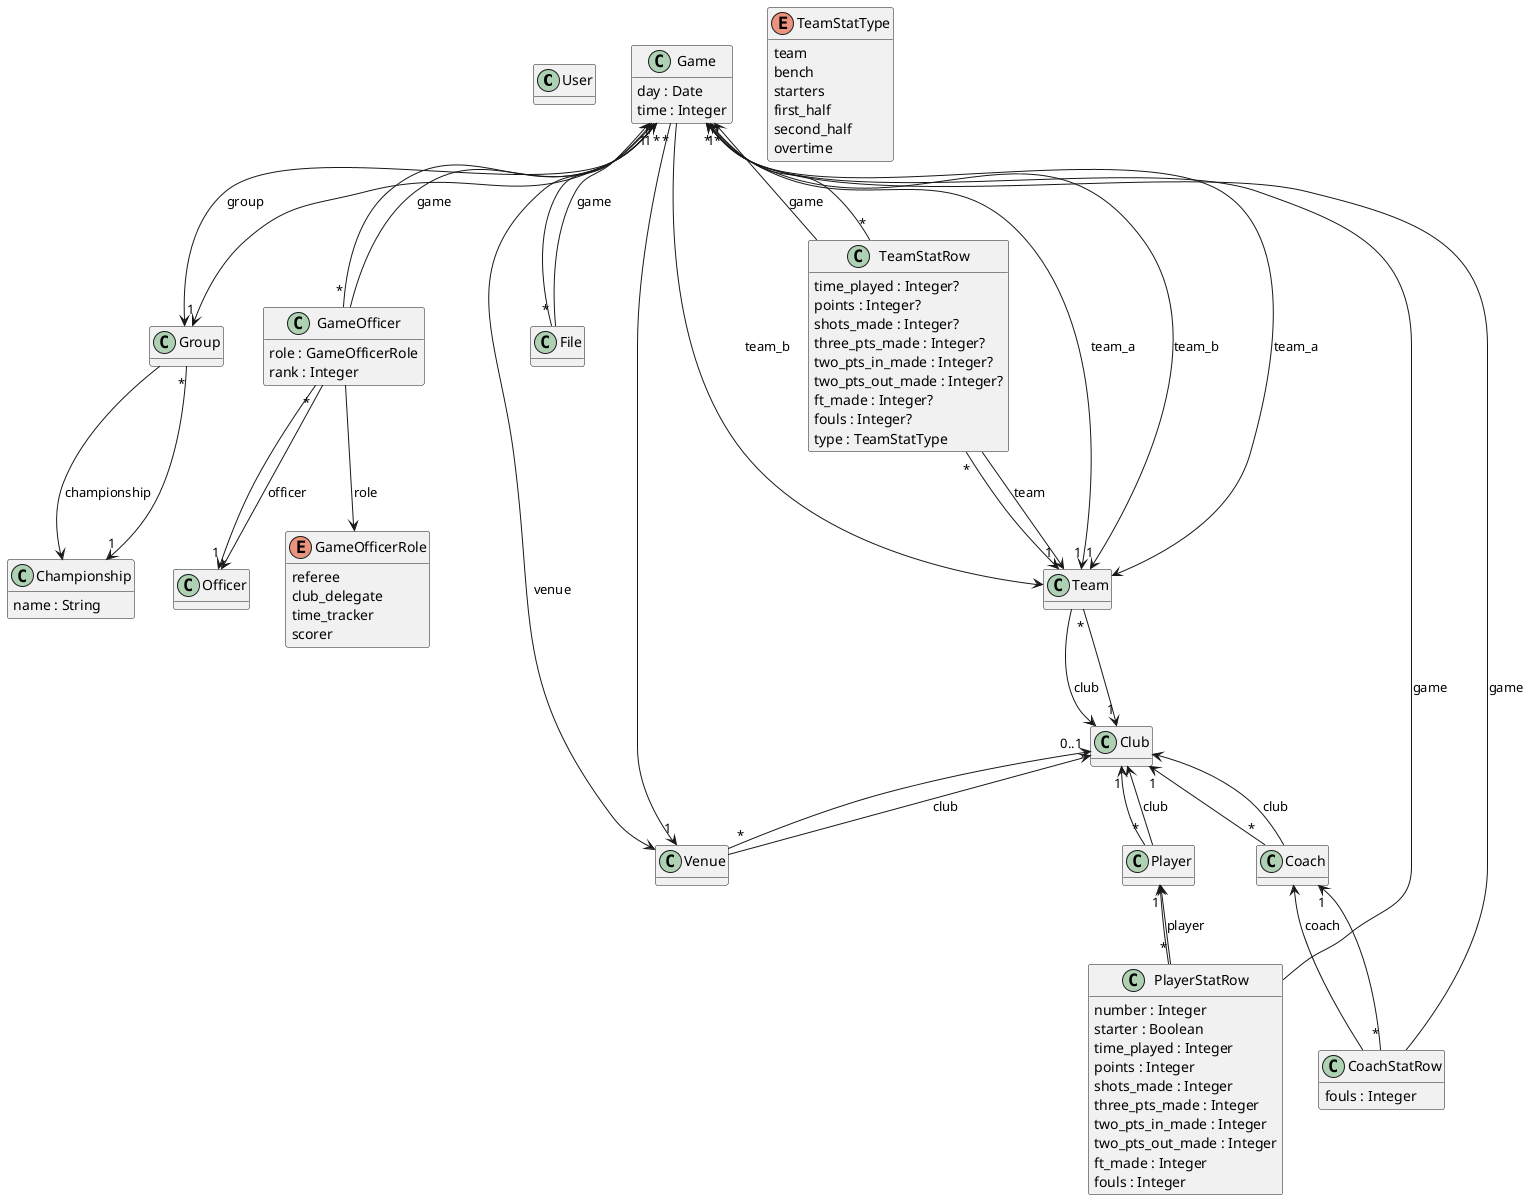
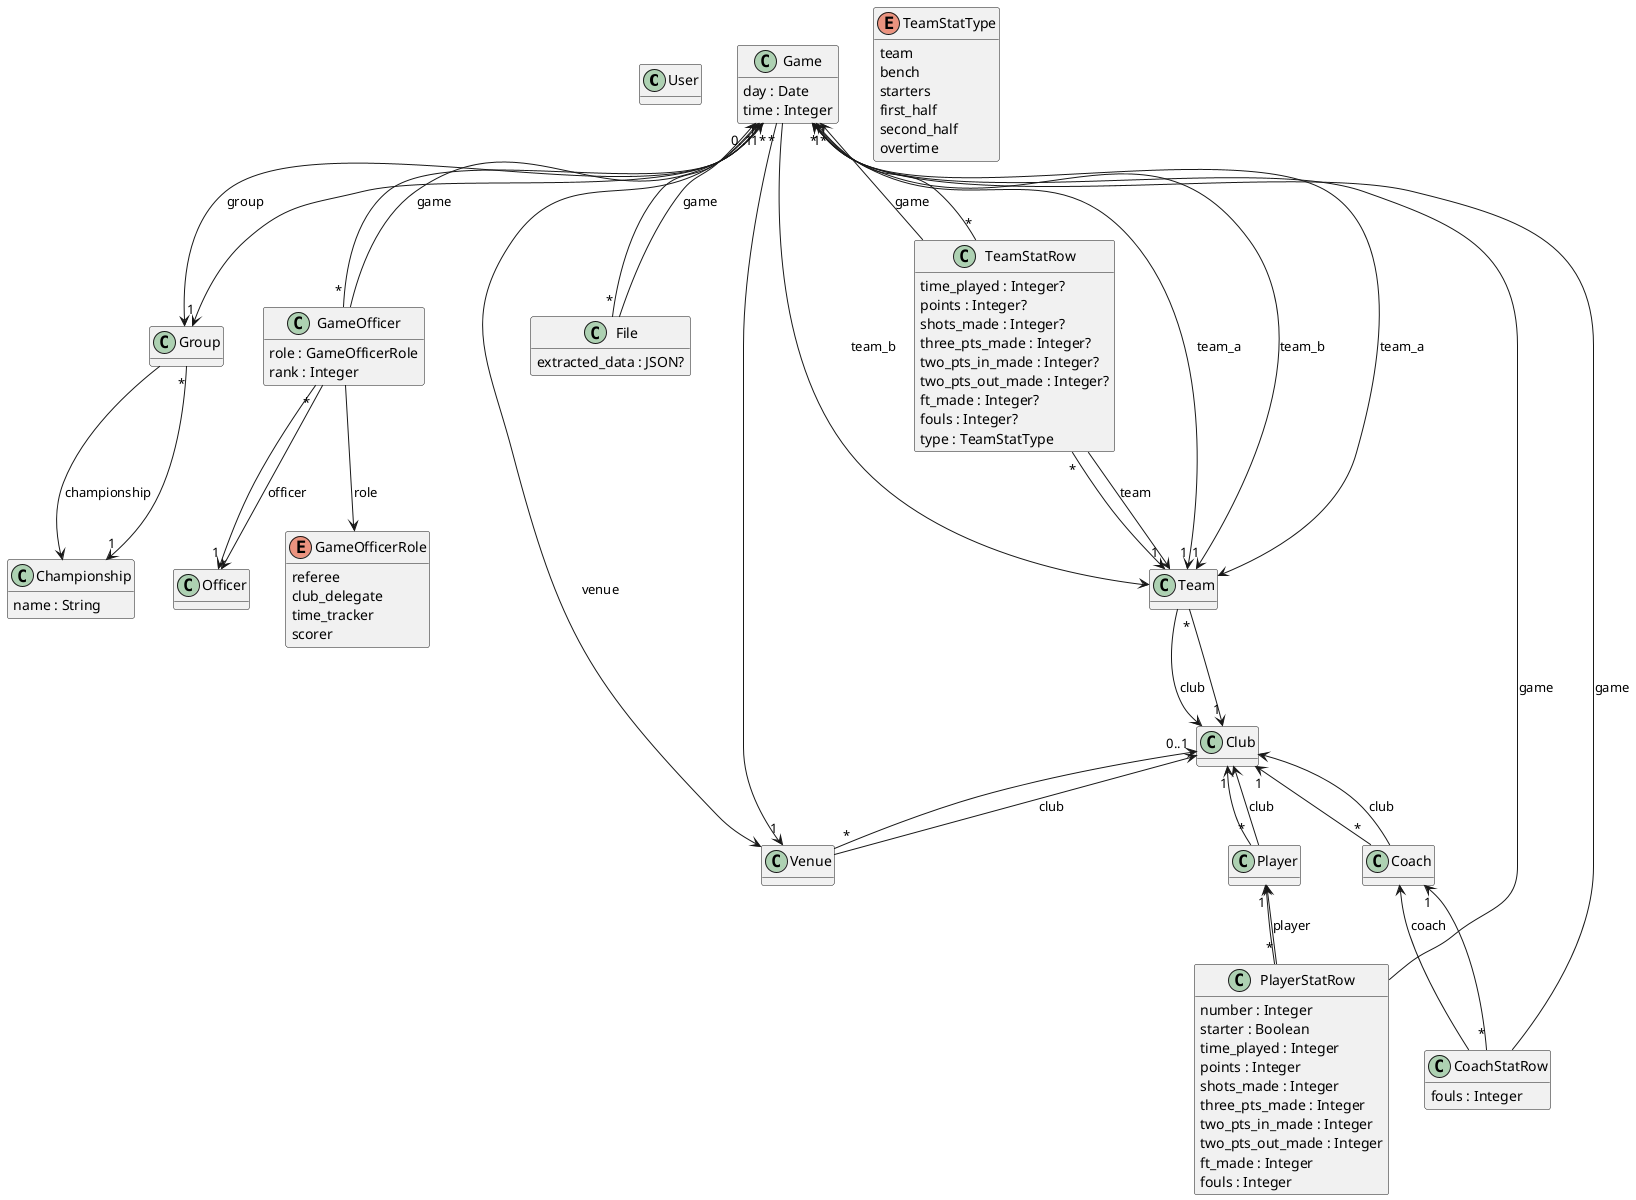
@startuml

hide methods
skinparam classAttributeIconSize 0

' =========================
' Entities
' =========================

class User {
  first_name : String(50)
}

class Game {
  day : Date
  time : Integer
  game_number : String(20)
}

class Championship {
  name : String
  season : String(9)
}

class Group {
  name : String(50)
}

class Player {
  last_name : String(50)
  first_name : String(50)
}

class Coach {
  last_name : String(50)
  first_name : String(50)
}

class Officer {
  name : String(100)
}

class GameOfficer {
  role : GameOfficerRole
  rank : Integer
}

enum GameOfficerRole {
  referee
  club_delegate
  time_tracker
  scorer
}

class PlayerStatRow {
  number : Integer
  starter : Boolean
  time_played : Integer
  points : Integer
  shots_made : Integer
  three_pts_made : Integer
  two_pts_in_made : Integer
  two_pts_out_made : Integer
  ft_made : Integer
  fouls : Integer
}

class CoachStatRow {
  fouls : Integer
}

enum TeamStatType {
  team
  bench
  starters
  first_half
  second_half
  overtime
}

class TeamStatRow {
  time_played : Integer?
  points : Integer?
  shots_made : Integer?
  three_pts_made : Integer?
  two_pts_in_made : Integer?
  two_pts_out_made : Integer?
  ft_made : Integer?
  fouls : Integer?
  type : TeamStatType
}

class File {
  name : String(100)
  location : String(256)
+   hash : String(64)
+   extracted_data : JSON?
}

class Team {
  name : String(100)
  suffix : String(10)?
}

class Club {
  name : String(100)
  code : String(20)?
}

class Venue {
  address : String(256)
}

' =========================
' Relationships
' =========================

Game --> Venue : venue
Game --> Group : group
Game --> Team : team_a
Game --> Team : team_b

GameOfficer --> Game : game
GameOfficer --> Officer : officer
GameOfficer --> GameOfficerRole : role

Group --> Championship : championship

Player --> Club : club
Coach --> Club : club

PlayerStatRow --> Game : game
PlayerStatRow --> Player : player

CoachStatRow --> Game : game
CoachStatRow --> Coach : coach

TeamStatRow --> Game : game
TeamStatRow --> Team : team

Team --> Club : club

Venue --> Club : club

File --> Game : game

' =========================
' Cardinalities
' =========================

Championship "1" <-- "*" Group
Group "1" <-- "*" Game

Venue "1" <-- "*" Game

Team "1" <-- "*" Game : team_a
Team "1" <-- "*" Game : team_b

Game "1" <-- "*" GameOfficer
Officer "1" <-- "*" GameOfficer

Club "0..1" <-- "*" Venue
Club "1" <-- "*" Team
Club "1" <-- "*" Player
Club "1" <-- "*" Coach

Player "1" <-- "*" PlayerStatRow
Coach "1" <-- "*" CoachStatRow

Game "1" <-- "*" TeamStatRow
Team "1" <-- "*" TeamStatRow

- Game "1" <-- "*" File
+ Game "0..1" <-- "*" File

@enduml
